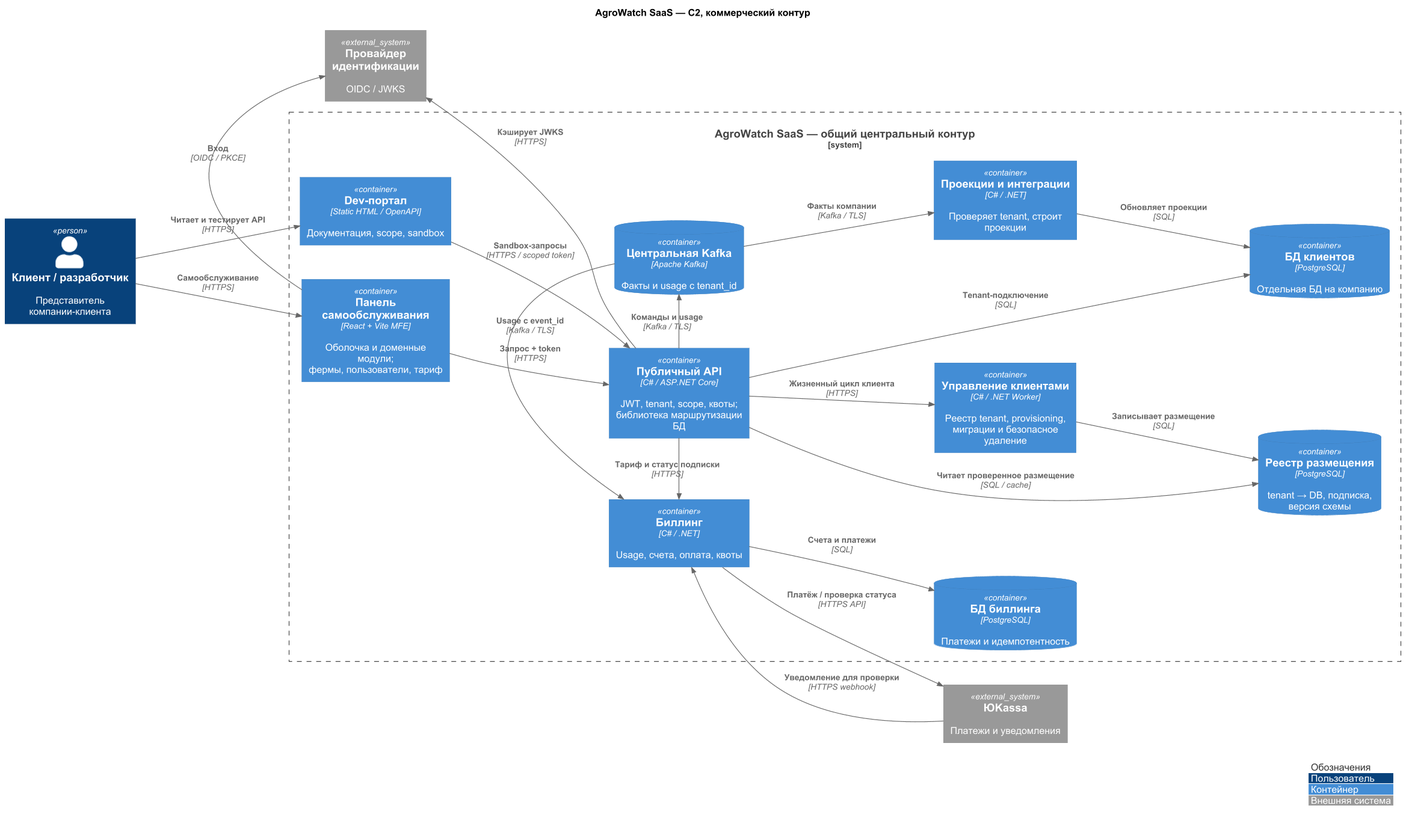
This is Task5/diagrams/c2-saas-tobe.png from rozhkovsvyat/MSA-AgroTech, a PlantUML export, as it was before one commit.
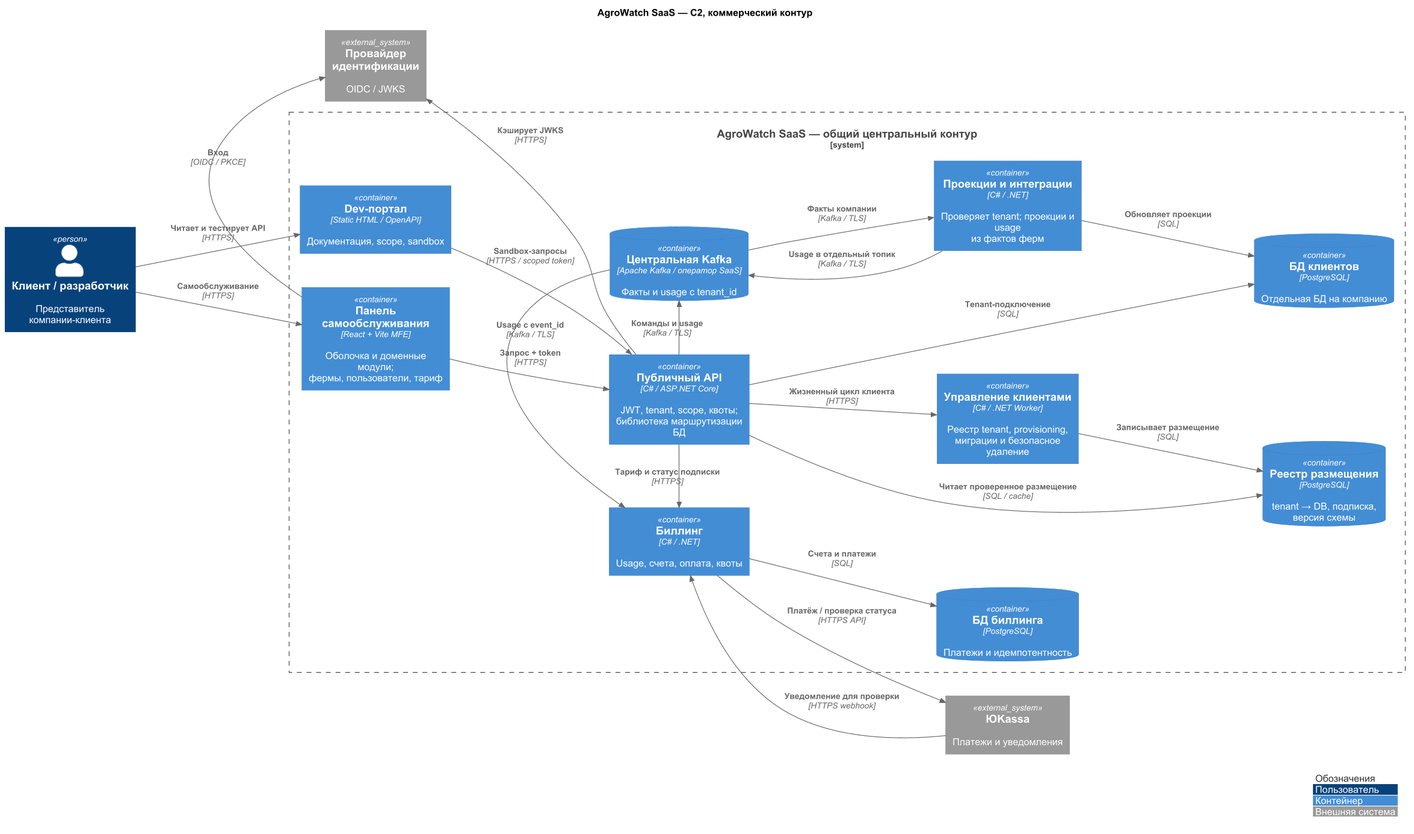
After the change.

What changed in the source:
```diff
@@ -21,8 +21,8 @@
  ContainerDb(db, "БД клиентов", "PostgreSQL", "Отдельная БД на компанию")
  Container(billing, "Биллинг", "C# / .NET", "Usage, счета, оплата, квоты")
  ContainerDb(billdb, "БД биллинга", "PostgreSQL", "Платежи и идемпотентность")
- ContainerDb(events, "Центральная Kafka", "Apache Kafka", "Факты и usage с tenant_id")
- Container(project, "Проекции и интеграции", "C# / .NET", "Проверяет tenant, строит проекции")
+ ContainerDb(events, "Центральная Kafka", "Apache Kafka / оператор SaaS", "Факты и usage с tenant_id")
+ Container(project, "Проекции и интеграции", "C# / .NET", "Проверяет tenant; проекции и usage\nиз фактов ферм")
 }
 Rel_R(user, portal, "Самообслуживание", "HTTPS")
 Rel_R(user, devportal, "Читает и тестирует API", "HTTPS")
@@ -37,6 +37,7 @@
 Rel_D(api, events, "Команды и usage", "Kafka / TLS")
 Rel_R(events, project, "Факты компании", "Kafka / TLS")
 Rel_R(project, db, "Обновляет проекции", "SQL")
+Rel_U(project, events, "Usage в отдельный топик", "Kafka / TLS")
 Rel_D(events, billing, "Usage с event_id", "Kafka / TLS")
 Rel_R(billing, billdb, "Счета и платежи", "SQL")
 Rel_R(billing, pay, "Платёж / проверка статуса", "HTTPS API")
```
